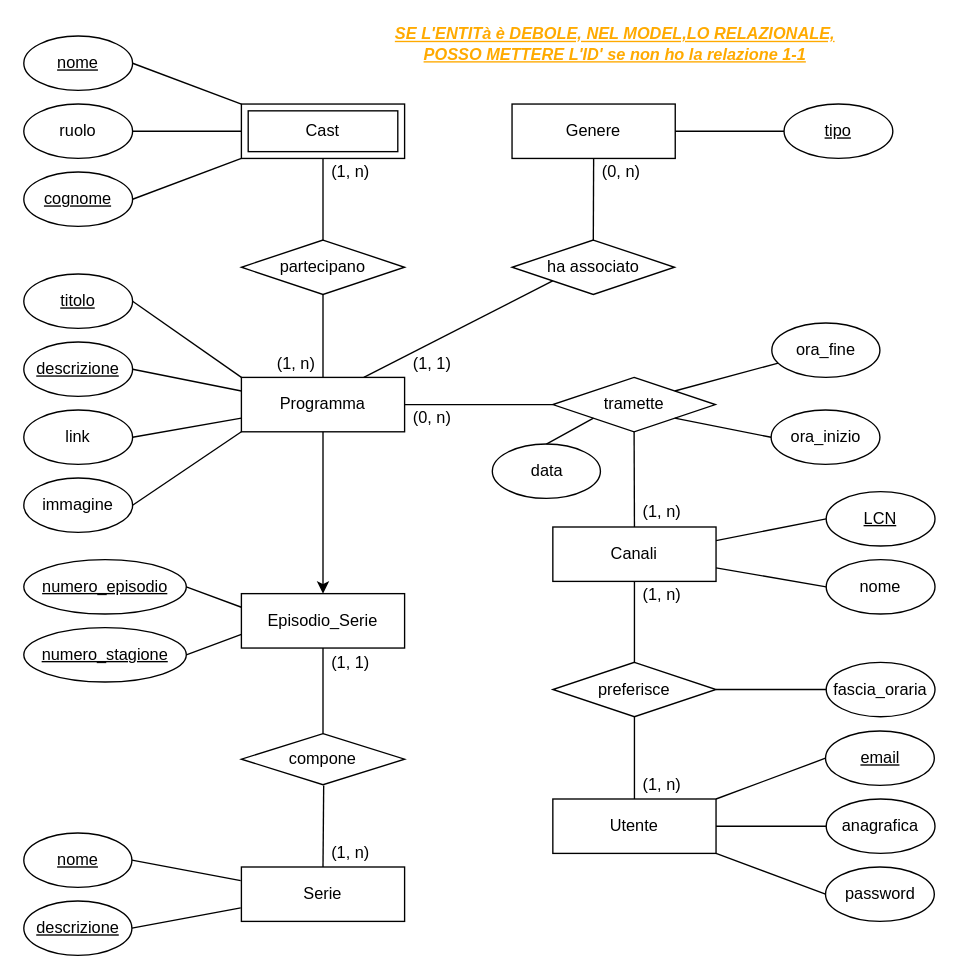
Earlier version of the draw.io diagram Diagramma ER.drawio (Timat-Piderma/progetto-DB). Source tidied: cells renumbered, new cells numbered last; positions are measured from the earlier drawing's top-left corner, leaving out a move shared by most shapes. Both pictures are drawn from the tidied source at 136%, with x=0, y=0 at pixel (23, 23).
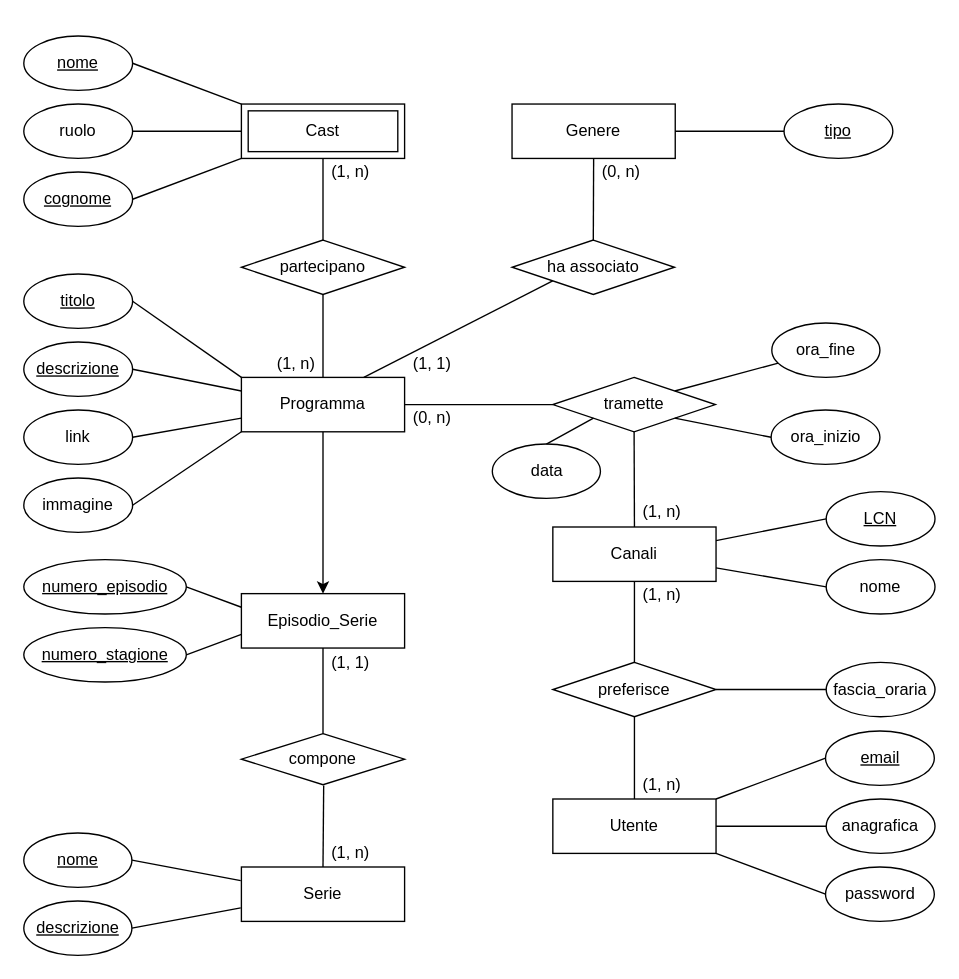
The same page after the edit.

Commit message (it also covers changes not shown here):
aggiornato diagramma er

Diff of the diagram source:
```diff
@@
-    <mxCell id="79" value="&lt;font color=&quot;#ffaa00&quot;&gt;&lt;b&gt;&lt;i&gt;&lt;u&gt;SE L'ENTITà è DEBOLE, NEL MODEL,LO RELAZIONALE, POSSO METTERE L'ID' se non ho la relazione 1-1&lt;/u&gt;&lt;/i&gt;&lt;/b&gt;&lt;/font&gt;" style="text;html=1;strokeColor=none;fillColor=none;align=center;verticalAlign=middle;whiteSpace=wrap;rounded=0;" parent="1" vertex="1">
-      <mxGeometry x="260" width="350" height="30" as="geometry" />
-    </mxCell>
```
